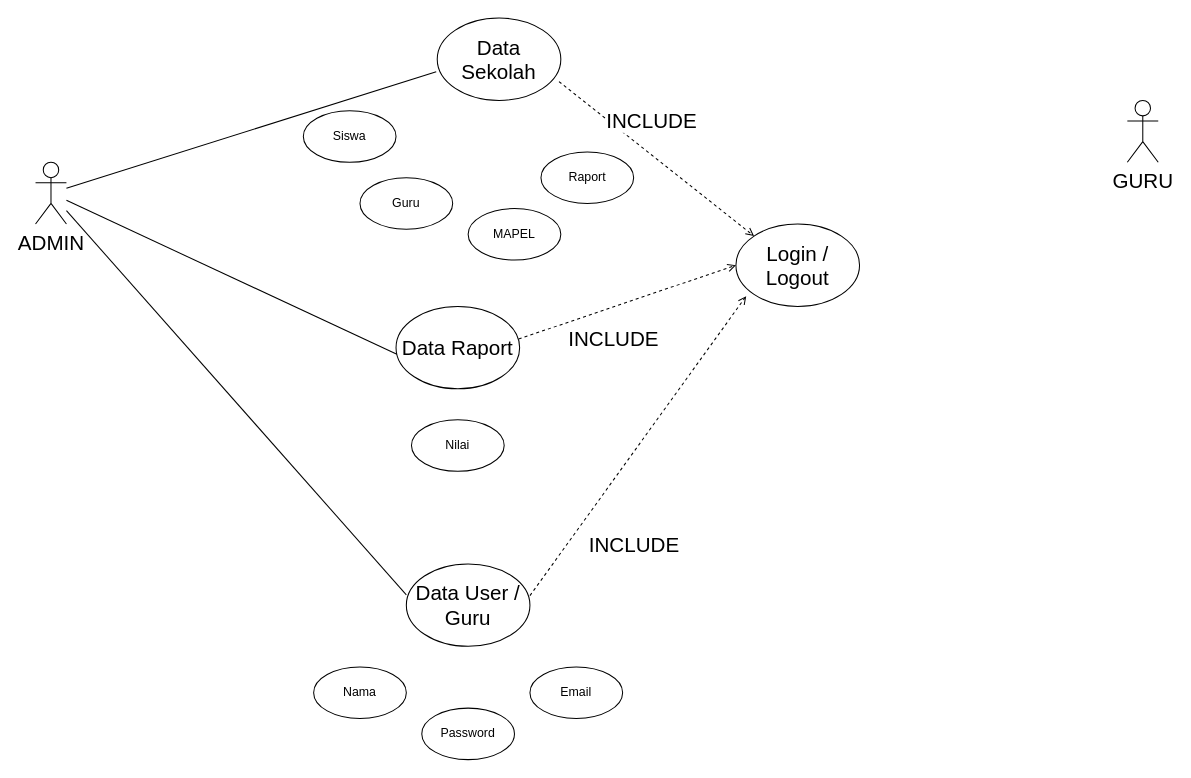
dickisepto/Latihan-GIT keeps this draw.io diagram as page "RPL USE CASE" (3 of 3) of Diagram Erd.drawio. Above is the earlier version. Source tidied: cells renumbered, new cells numbered last; positions are measured from the earlier drawing's top-left corner, leaving out a move shared by most shapes. Both pictures are drawn from the tidied source at 103%, with x=0, y=0 at pixel (35, 18).
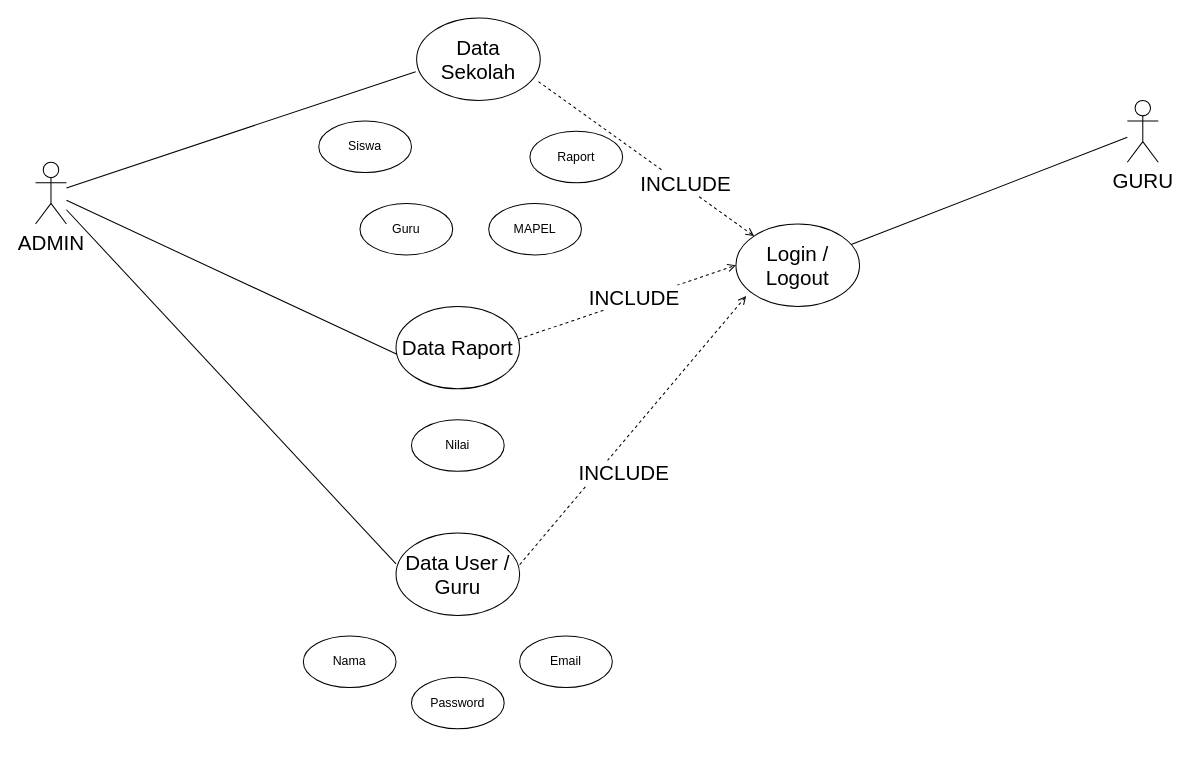
The same diagram, later.

Unchanged cells that the change refers to:
```xml
<mxCell id="3" value="GURU" style="shape=umlActor;verticalLabelPosition=bottom;verticalAlign=top;html=1;outlineConnect=0;fontSize=20;" parent="1" vertex="1">
  <mxGeometry x="1060" y="80" width="30" height="60" as="geometry" />
</mxCell>
<mxCell id="6" value="Login / Logout" style="ellipse;whiteSpace=wrap;html=1;fontSize=20;" parent="1" vertex="1">
  <mxGeometry x="680" y="200" width="120" height="80" as="geometry" />
</mxCell>
<mxCell id="11" style="endArrow=open;html=1;rounded=0;entryX=0;entryY=0;entryDx=0;entryDy=0;exitX=0.985;exitY=0.771;exitDx=0;exitDy=0;exitPerimeter=0;dashed=1;endFill=0;fontSize=20;" parent="1" edge="1" source="4" target="6">
  <mxGeometry relative="1" as="geometry" />
</mxCell>
```

What changed in the source:
```diff
@@
     <mxCell id="4" value="Data Sekolah" style="ellipse;whiteSpace=wrap;html=1;fontSize=20;" parent="1" vertex="1">
-      <mxGeometry x="390" width="120" height="80" as="geometry" />
+      <mxGeometry x="370" width="120" height="80" as="geometry" />
     </mxCell>
@@
     <mxCell id="7" value="Data User / Guru" style="ellipse;whiteSpace=wrap;html=1;fontSize=20;" parent="1" vertex="1">
-      <mxGeometry x="360" y="530" width="120" height="80" as="geometry" />
+      <mxGeometry x="350" y="500" width="120" height="80" as="geometry" />
     </mxCell>
@@
     <mxCell id="12" value="&lt;div style=&quot;font-size: 20px;&quot;&gt;INCLUDE&lt;/div&gt;" style="edgeLabel;html=1;align=center;verticalAlign=middle;fontSize=20;" parent="11" vertex="1">
       <mxGeometry x="-0.55" y="-3" relative="1" as="geometry">
-        <mxPoint x="49" y="1" as="offset" />
+        <mxPoint x="97" y="62" as="offset" />
       </mxGeometry>
     </mxCell>
@@
     <mxCell id="15" value="&lt;div style=&quot;font-size: 20px;&quot;&gt;INCLUDE&lt;/div&gt;" style="edgeLabel;html=1;align=center;verticalAlign=middle;fontSize=20;" parent="1" vertex="1">
-      <mxGeometry x="560.7" y="310" as="geometry" />
+      <mxGeometry x="580.7" y="270" as="geometry" />
     </mxCell>
     <mxCell id="16" value="&lt;div style=&quot;font-size: 20px;&quot;&gt;INCLUDE&lt;/div&gt;" style="edgeLabel;html=1;align=center;verticalAlign=middle;fontSize=20;" parent="1" vertex="1">
-      <mxGeometry x="580.7" y="510" as="geometry" />
+      <mxGeometry x="570" y="440" as="geometry" />
     </mxCell>
     <mxCell id="17" value="Siswa" style="ellipse;whiteSpace=wrap;html=1;" parent="1" vertex="1">
-      <mxGeometry x="260" y="90" width="90" height="50" as="geometry" />
+      <mxGeometry x="275" y="100" width="90" height="50" as="geometry" />
     </mxCell>
     <mxCell id="18" value="Guru" style="ellipse;whiteSpace=wrap;html=1;" parent="1" vertex="1">
-      <mxGeometry x="315" y="155" width="90" height="50" as="geometry" />
+      <mxGeometry x="315" y="180" width="90" height="50" as="geometry" />
     </mxCell>
     <mxCell id="19" value="MAPEL" style="ellipse;whiteSpace=wrap;html=1;" parent="1" vertex="1">
-      <mxGeometry x="420" y="185" width="90" height="50" as="geometry" />
+      <mxGeometry x="440" y="180" width="90" height="50" as="geometry" />
     </mxCell>
     <mxCell id="20" value="Raport" style="ellipse;whiteSpace=wrap;html=1;" parent="1" vertex="1">
-      <mxGeometry x="490.7" y="130" width="90" height="50" as="geometry" />
+      <mxGeometry x="480" y="110" width="90" height="50" as="geometry" />
     </mxCell>
@@
     <mxCell id="22" value="Nama" style="ellipse;whiteSpace=wrap;html=1;" parent="1" vertex="1">
-      <mxGeometry x="270" y="630" width="90" height="50" as="geometry" />
+      <mxGeometry x="260" y="600" width="90" height="50" as="geometry" />
     </mxCell>
     <mxCell id="23" value="Password" style="ellipse;whiteSpace=wrap;html=1;" parent="1" vertex="1">
-      <mxGeometry x="375" y="670" width="90" height="50" as="geometry" />
+      <mxGeometry x="365" y="640" width="90" height="50" as="geometry" />
     </mxCell>
     <mxCell id="24" value="Email" style="ellipse;whiteSpace=wrap;html=1;" parent="1" vertex="1">
-      <mxGeometry x="480" y="630" width="90" height="50" as="geometry" />
+      <mxGeometry x="470" y="600" width="90" height="50" as="geometry" />
     </mxCell>
+    <mxCell id="25" style="endArrow=none;html=1;rounded=0;" parent="1" edge="1" source="6" target="3">
+      <mxGeometry relative="1" as="geometry" />
+    </mxCell>
```
